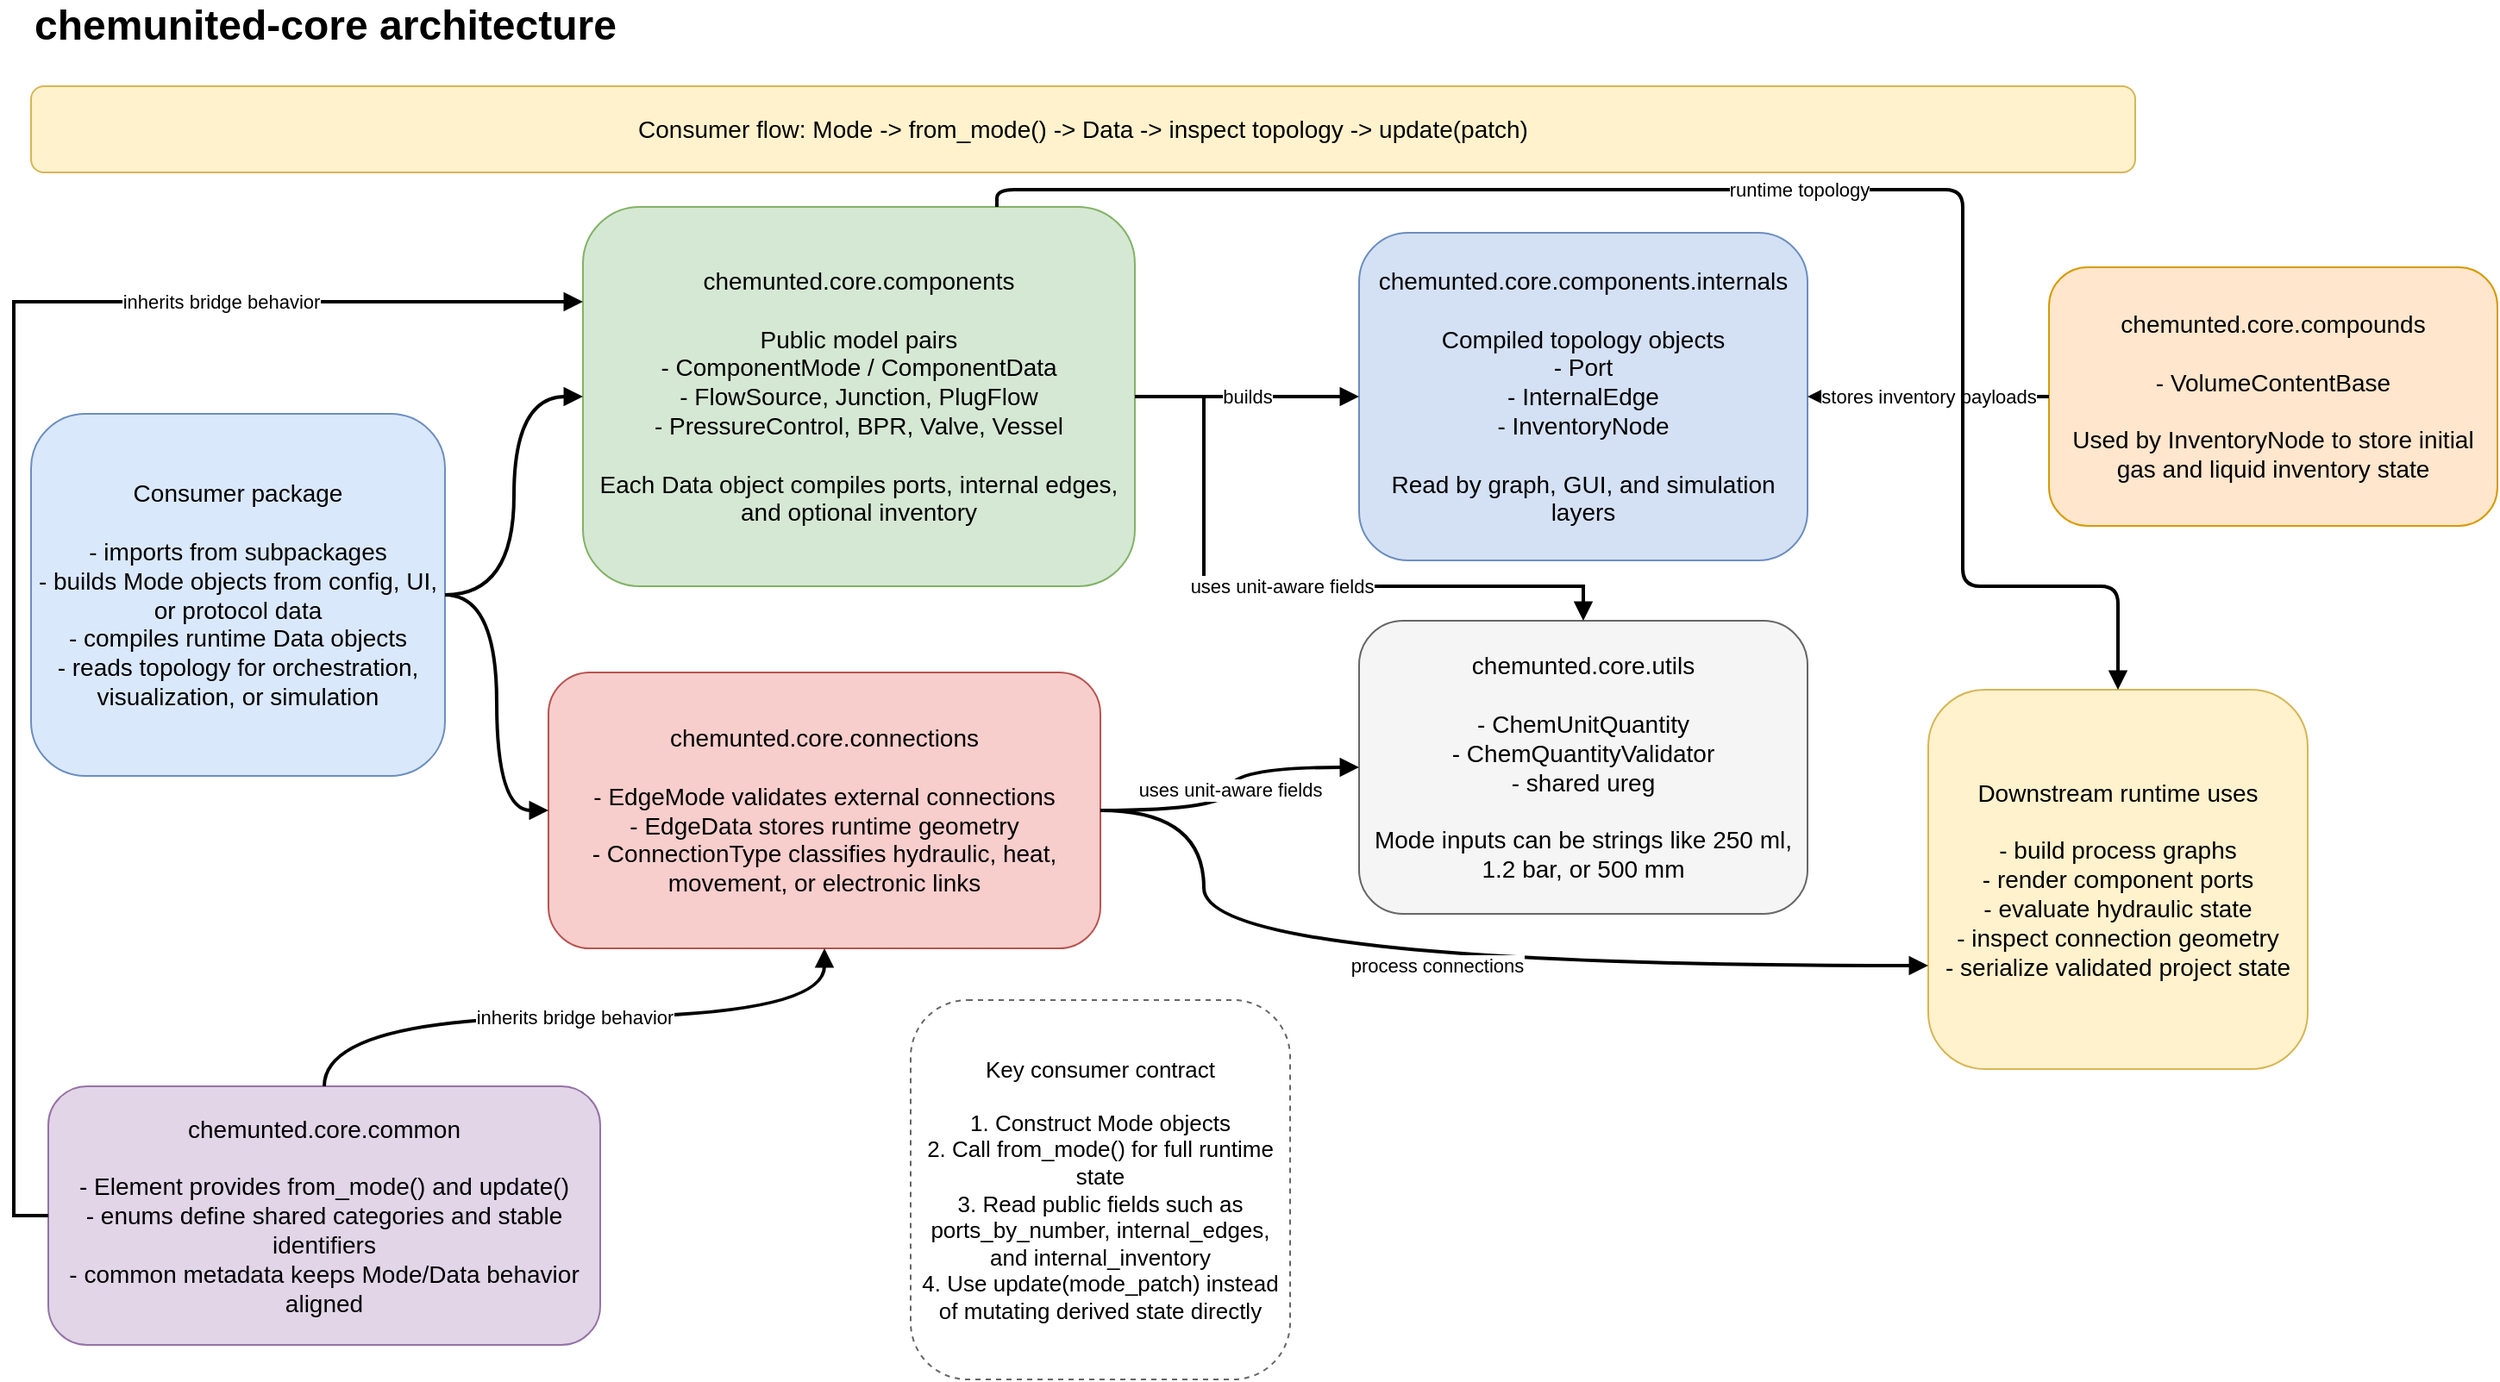
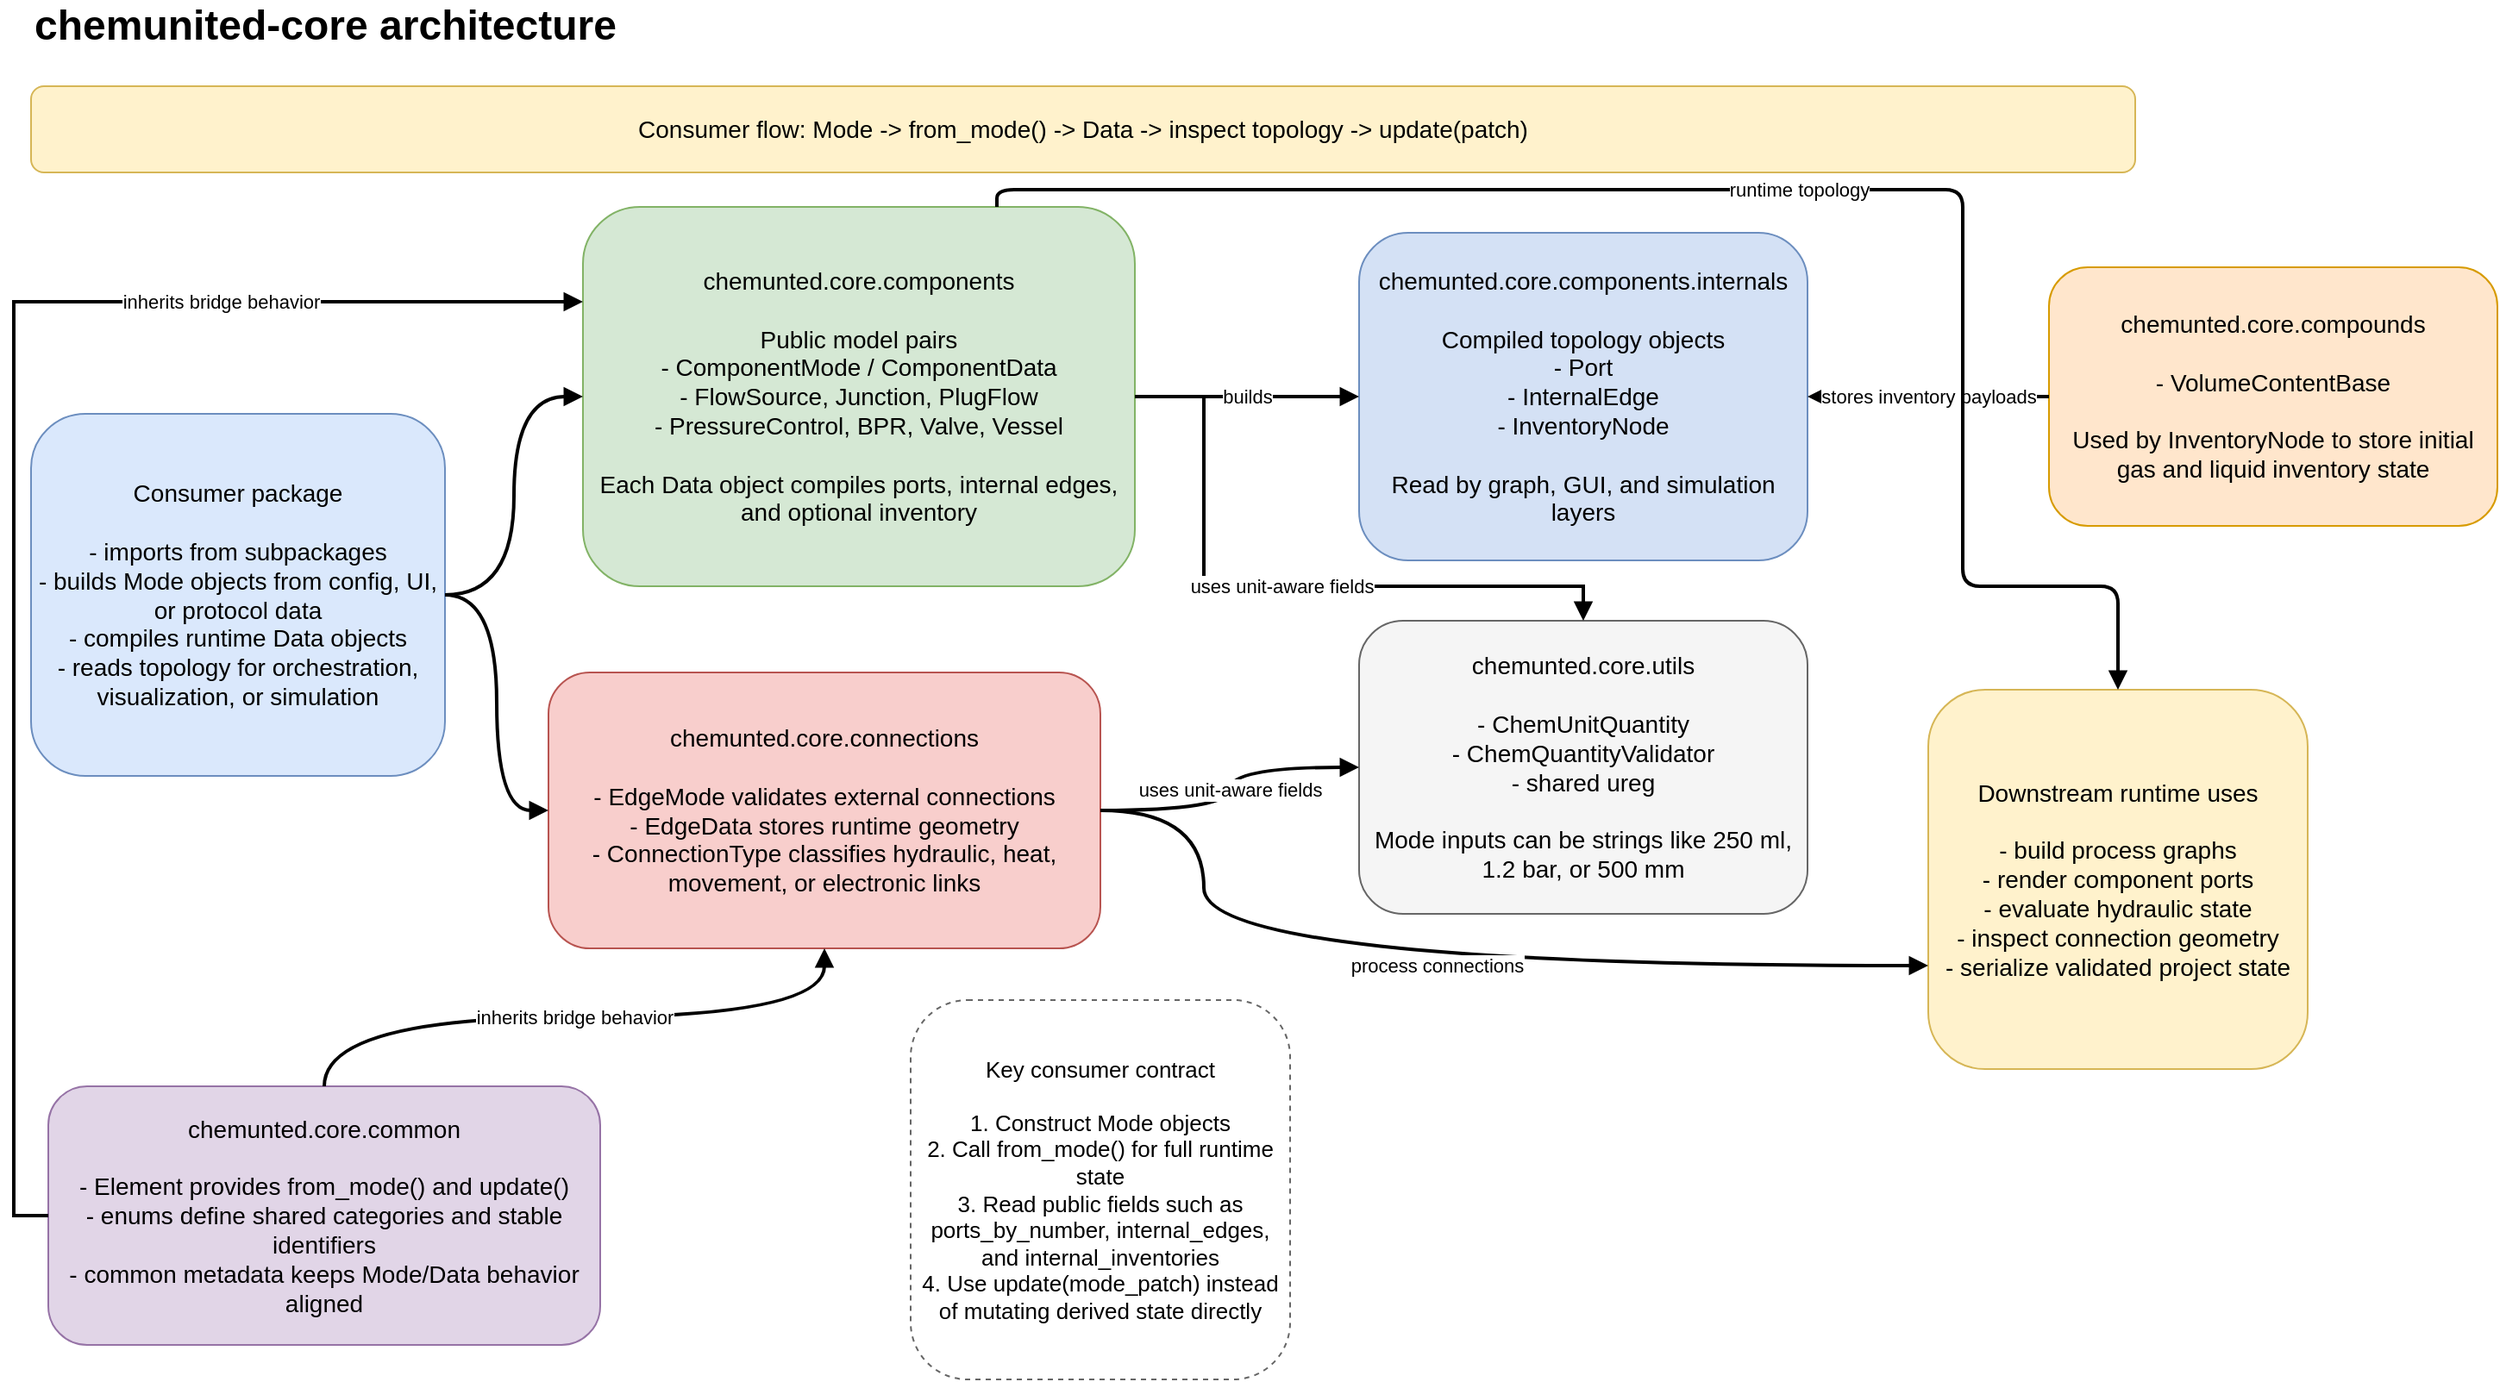
<mxfile host="65bd71144e" compressed="false">
    <diagram id="chemunited-core-architecture" name="Architecture">
        <mxGraphModel dx="1426" dy="861" grid="1" gridSize="10" guides="1" tooltips="1" connect="1" arrows="1" fold="1" page="1" pageScale="1" pageWidth="1600" pageHeight="900" math="0" shadow="0">
            <root>
                <mxCell id="0"/>
                <mxCell id="1" parent="0"/>
                <mxCell id="title" value="chemunited-core architecture" style="text;html=1;strokeColor=none;fillColor=none;align=left;verticalAlign=middle;fontSize=24;fontStyle=1;" parent="1" vertex="1">
                    <mxGeometry x="40" y="20" width="320" height="30" as="geometry"/>
                </mxCell>
                <mxCell id="summary" value="Consumer flow: Mode -&gt; from_mode() -&gt; Data -&gt; inspect topology -&gt; update(patch)" style="rounded=1;whiteSpace=wrap;html=1;fillColor=#fff2cc;strokeColor=#d6b656;fontSize=14;" parent="1" vertex="1">
                    <mxGeometry x="40" y="70" width="1220" height="50" as="geometry"/>
                </mxCell>
                <mxCell id="consumer" value="Consumer package&#xa;&#xa;- imports from subpackages&#xa;- builds Mode objects from config, UI, or protocol data&#xa;- compiles runtime Data objects&#xa;- reads topology for orchestration, visualization, or simulation" style="rounded=1;whiteSpace=wrap;html=1;fillColor=#dae8fc;strokeColor=#6c8ebf;fontSize=14;" parent="1" vertex="1">
                    <mxGeometry x="40" y="260" width="240" height="210" as="geometry"/>
                </mxCell>
                <mxCell id="components" value="chemunted.core.components&#xa;&#xa;Public model pairs&#xa;- ComponentMode / ComponentData&#xa;- FlowSource, Junction, PlugFlow&#xa;- PressureControl, BPR, Valve, Vessel&#xa;&#xa;Each Data object compiles ports, internal edges, and optional inventory" style="rounded=1;whiteSpace=wrap;html=1;fillColor=#d5e8d4;strokeColor=#82b366;fontSize=14;" parent="1" vertex="1">
                    <mxGeometry x="360" y="140" width="320" height="220" as="geometry"/>
                </mxCell>
                <mxCell id="connections" value="chemunted.core.connections&#xa;&#xa;- EdgeMode validates external connections&#xa;- EdgeData stores runtime geometry&#xa;- ConnectionType classifies hydraulic, heat, movement, or electronic links" style="rounded=1;whiteSpace=wrap;html=1;fillColor=#f8cecc;strokeColor=#b85450;fontSize=14;" parent="1" vertex="1">
                    <mxGeometry x="340" y="410" width="320" height="160" as="geometry"/>
                </mxCell>
                <mxCell id="common" value="chemunted.core.common&#xa;&#xa;- Element provides from_mode() and update()&#xa;- enums define shared categories and stable identifiers&#xa;- common metadata keeps Mode/Data behavior aligned" style="rounded=1;whiteSpace=wrap;html=1;fillColor=#e1d5e7;strokeColor=#9673a6;fontSize=14;" parent="1" vertex="1">
                    <mxGeometry x="50" y="650" width="320" height="150" as="geometry"/>
                </mxCell>
                <mxCell id="internals" value="chemunted.core.components.internals&#xa;&#xa;Compiled topology objects&#xa;- Port&#xa;- InternalEdge&#xa;- InventoryNode&#xa;&#xa;Read by graph, GUI, and simulation layers" style="rounded=1;whiteSpace=wrap;html=1;fillColor=#d4e1f5;strokeColor=#6c8ebf;fontSize=14;" parent="1" vertex="1">
                    <mxGeometry x="810" y="155" width="260" height="190" as="geometry"/>
                </mxCell>
                <mxCell id="quantities" value="chemunted.core.utils&#xa;&#xa;- ChemUnitQuantity&#xa;- ChemQuantityValidator&#xa;- shared ureg&#xa;&#xa;Mode inputs can be strings like 250 ml, 1.2 bar, or 500 mm" style="rounded=1;whiteSpace=wrap;html=1;fillColor=#f5f5f5;strokeColor=#666666;fontSize=14;" parent="1" vertex="1">
                    <mxGeometry x="810" y="380" width="260" height="170" as="geometry"/>
                </mxCell>
                <mxCell id="compounds" value="chemunted.core.compounds&#xa;&#xa;- VolumeContentBase&#xa;&#xa;Used by InventoryNode to store initial gas and liquid inventory state" style="rounded=1;whiteSpace=wrap;html=1;fillColor=#ffe6cc;strokeColor=#d79b00;fontSize=14;" parent="1" vertex="1">
                    <mxGeometry x="1210" y="175" width="260" height="150" as="geometry"/>
                </mxCell>
                <mxCell id="downstream" value="Downstream runtime uses&#xa;&#xa;- build process graphs&#xa;- render component ports&#xa;- evaluate hydraulic state&#xa;- inspect connection geometry&#xa;- serialize validated project state" style="rounded=1;whiteSpace=wrap;html=1;fillColor=#fff2cc;strokeColor=#d6b656;fontSize=14;" parent="1" vertex="1">
                    <mxGeometry x="1140" y="420" width="220" height="220" as="geometry"/>
                </mxCell>
-                 <mxCell id="note" value="Key consumer contract&#xa;&#xa;1. Construct Mode objects&#xa;2. Call from_mode() for full runtime state&#xa;3. Read public fields such as ports_by_number, internal_edges, and internal_inventory&#xa;4. Use update(mode_patch) instead of mutating derived state directly" style="rounded=1;whiteSpace=wrap;html=1;dashed=1;fillColor=#ffffff;strokeColor=#666666;fontSize=13;" parent="1" vertex="1">
+                 <mxCell id="note" value="Key consumer contract&#xa;&#xa;1. Construct Mode objects&#xa;2. Call from_mode() for full runtime state&#xa;3. Read public fields such as ports_by_number, internal_edges, and internal_inventories&#xa;4. Use update(mode_patch) instead of mutating derived state directly" style="rounded=1;whiteSpace=wrap;html=1;dashed=1;fillColor=#ffffff;strokeColor=#666666;fontSize=13;" parent="1" vertex="1">
                    <mxGeometry x="550" y="600" width="220" height="220" as="geometry"/>
                </mxCell>
                <mxCell id="e1" style="edgeStyle=orthogonalEdgeStyle;rounded=0;orthogonalLoop=1;jettySize=auto;html=1;endArrow=block;strokeWidth=2;curved=1;" parent="1" source="consumer" target="components" edge="1">
                    <mxGeometry relative="1" as="geometry"/>
                </mxCell>
                <mxCell id="e2" style="edgeStyle=orthogonalEdgeStyle;rounded=0;orthogonalLoop=1;jettySize=auto;html=1;endArrow=block;strokeWidth=2;curved=1;" parent="1" source="consumer" target="connections" edge="1">
                    <mxGeometry relative="1" as="geometry"/>
                </mxCell>
                <mxCell id="e3" value="inherits bridge behavior" style="edgeStyle=orthogonalEdgeStyle;rounded=0;orthogonalLoop=1;jettySize=auto;html=1;endArrow=block;strokeWidth=2;entryX=0;entryY=0.25;entryDx=0;entryDy=0;" parent="1" source="common" target="components" edge="1">
                    <mxGeometry x="0.5227" relative="1" as="geometry">
                        <Array as="points">
                            <mxPoint x="30" y="725"/>
                            <mxPoint x="30" y="195"/>
                        </Array>
                        <mxPoint as="offset"/>
                    </mxGeometry>
                </mxCell>
                <mxCell id="e4" value="inherits bridge behavior" style="edgeStyle=orthogonalEdgeStyle;rounded=0;orthogonalLoop=1;jettySize=auto;html=1;endArrow=block;strokeWidth=2;curved=1;" parent="1" source="common" target="connections" edge="1">
                    <mxGeometry relative="1" as="geometry"/>
                </mxCell>
                <mxCell id="e5" value="builds" style="edgeStyle=orthogonalEdgeStyle;rounded=0;orthogonalLoop=1;jettySize=auto;html=1;endArrow=block;strokeWidth=2;" parent="1" source="components" target="internals" edge="1">
                    <mxGeometry relative="1" as="geometry"/>
                </mxCell>
                <mxCell id="e6" value="uses unit-aware fields" style="edgeStyle=orthogonalEdgeStyle;rounded=0;orthogonalLoop=1;jettySize=auto;html=1;endArrow=block;strokeWidth=2;entryX=0.5;entryY=0;entryDx=0;entryDy=0;" parent="1" source="components" target="quantities" edge="1">
                    <mxGeometry relative="1" as="geometry">
                        <Array as="points">
                            <mxPoint x="720" y="250"/>
                            <mxPoint x="720" y="360"/>
                            <mxPoint x="940" y="360"/>
                        </Array>
                    </mxGeometry>
                </mxCell>
                <mxCell id="e7" value="uses unit-aware fields" style="edgeStyle=orthogonalEdgeStyle;rounded=0;orthogonalLoop=1;jettySize=auto;html=1;endArrow=block;strokeWidth=2;curved=1;" parent="1" source="connections" target="quantities" edge="1">
                    <mxGeometry relative="1" as="geometry"/>
                </mxCell>
                <mxCell id="e8" value="stores inventory payloads" style="edgeStyle=orthogonalEdgeStyle;rounded=0;orthogonalLoop=1;jettySize=auto;html=1;endArrow=block;strokeWidth=2;" parent="1" source="compounds" target="internals" edge="1">
                    <mxGeometry relative="1" as="geometry"/>
                </mxCell>
                <mxCell id="e9" value="process connections" style="edgeStyle=orthogonalEdgeStyle;rounded=0;orthogonalLoop=1;jettySize=auto;html=1;endArrow=block;strokeWidth=2;curved=1;" parent="1" source="connections" target="downstream" edge="1">
                    <mxGeometry relative="1" as="geometry">
                        <Array as="points">
                            <mxPoint x="720" y="490"/>
                            <mxPoint x="720" y="580"/>
                        </Array>
                    </mxGeometry>
                </mxCell>
                <mxCell id="e10" value="runtime topology" style="edgeStyle=orthogonalEdgeStyle;rounded=1;orthogonalLoop=1;jettySize=auto;html=1;endArrow=block;strokeWidth=2;exitX=0.75;exitY=0;exitDx=0;exitDy=0;entryX=0.5;entryY=0;entryDx=0;entryDy=0;curved=0;" parent="1" source="components" target="downstream" edge="1">
                    <mxGeometry relative="1" as="geometry">
                        <Array as="points">
                            <mxPoint x="600" y="130"/>
                            <mxPoint x="1160" y="130"/>
                            <mxPoint x="1160" y="360"/>
                            <mxPoint x="1250" y="360"/>
                        </Array>
                    </mxGeometry>
                </mxCell>
            </root>
        </mxGraphModel>
    </diagram>
</mxfile>
